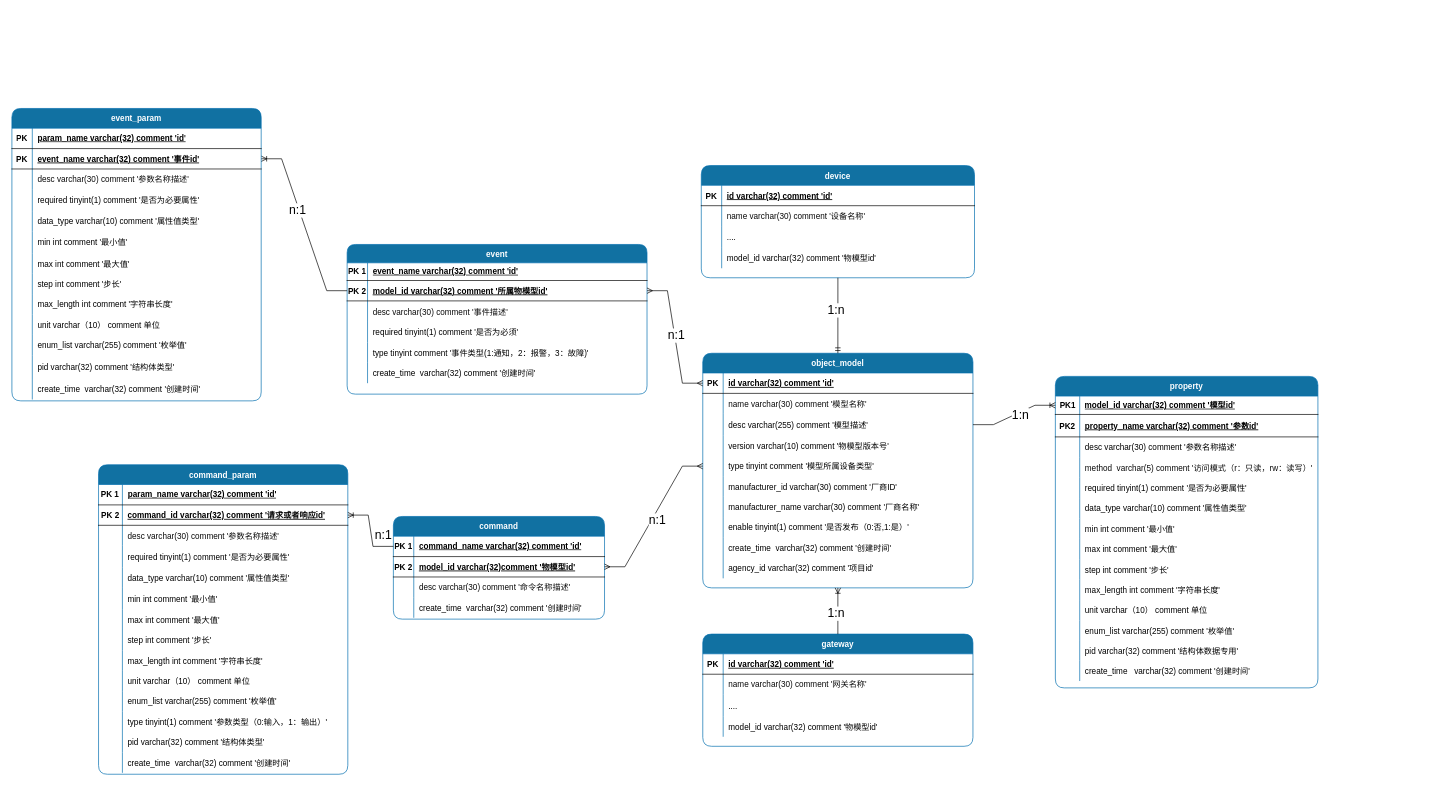
Earlier version of the draw.io diagram page "第 3 页" (3 of 3) of 物模型.drawio (viking-wj/software). Source tidied: cells renumbered, new cells numbered last; positions are measured from the earlier drawing's top-left corner, leaving out a move shared by most shapes. Both pictures are drawn from the tidied source at 68%, with x=0, y=0 at pixel (12, 108).
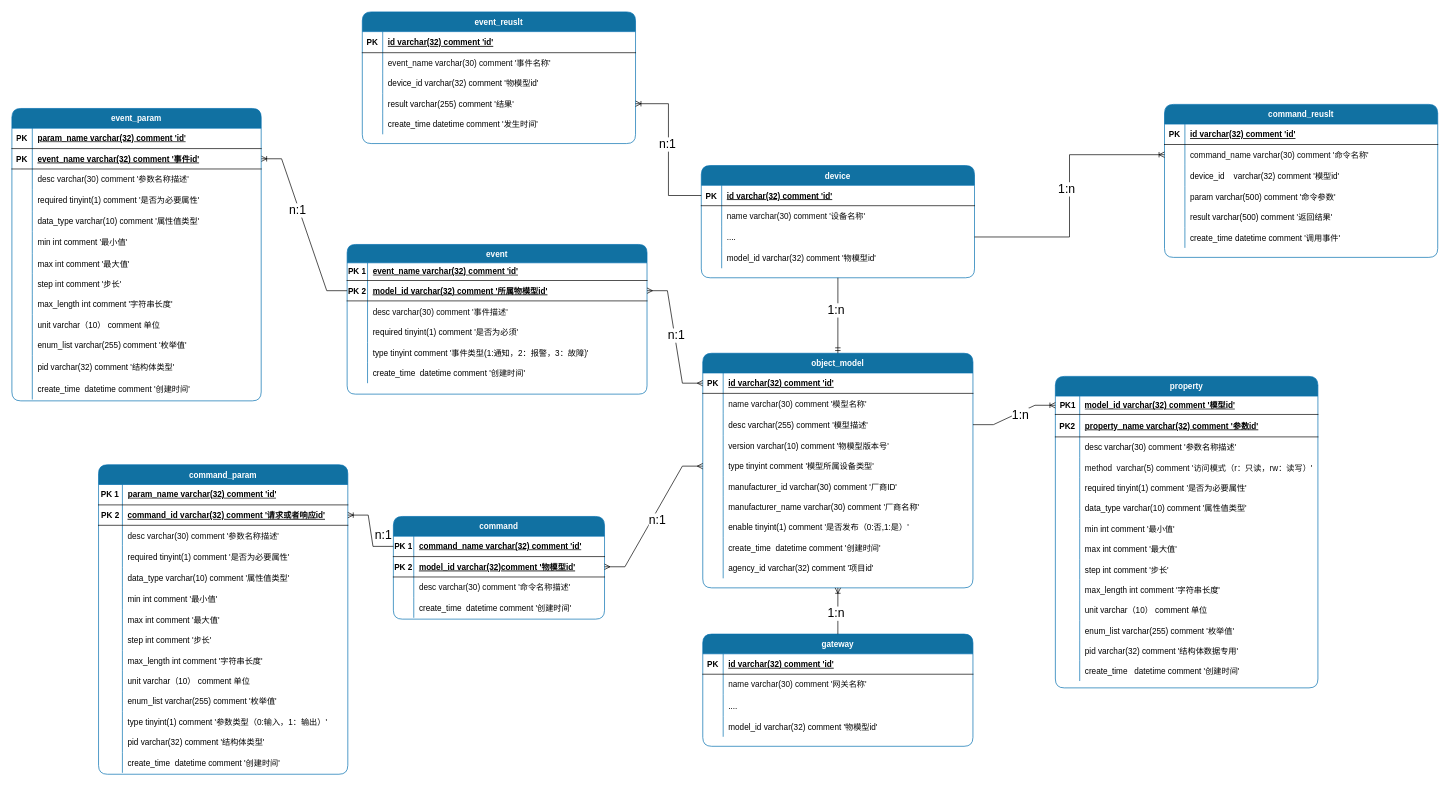
The same page after the edit.

Commit message:
更新物模型.drawio

The change refers to these unchanged cells:
```xml
<mxCell id="12" style="shape=tableRow;horizontal=0;startSize=0;swimlaneHead=0;swimlaneBody=0;fillColor=none;top=0;left=0;right=0;bottom=0;" parent="2" vertex="1">
  <mxGeometry y="119" width="310.5" height="30" as="geometry" />
</mxCell>
<mxCell id="55" style="shape=tableRow;horizontal=0;startSize=0;swimlaneHead=0;swimlaneBody=0;fillColor=none;top=0;left=0;right=0;bottom=0;" parent="15" vertex="1">
  <mxGeometry y="423" width="366.6" height="30" as="geometry" />
</mxCell>
<mxCell id="74" style="shape=tableRow;horizontal=0;startSize=0;swimlaneHead=0;swimlaneBody=0;fillColor=none;top=0;left=0;right=0;bottom=0;" parent="58" vertex="1">
  <mxGeometry y="174" width="441" height="30" as="geometry" />
</mxCell>
<mxCell id="102" style="shape=tableRow;horizontal=0;startSize=0;swimlaneHead=0;swimlaneBody=0;fillColor=none;top=0;left=0;right=0;bottom=0;" parent="77" vertex="1">
  <mxGeometry y="271" width="397.3" height="30" as="geometry" />
</mxCell>
<mxCell id="116" style="shape=tableRow;horizontal=0;startSize=0;swimlaneHead=0;swimlaneBody=0;fillColor=none;points=[[0,0.5],[1,0.5]];portConstraint=eastwest;top=0;left=0;right=0;bottom=1;labelBackgroundColor=none;" parent="115" vertex="1">
  <mxGeometry y="29" width="401.8" height="30" as="geometry" />
</mxCell>
<mxCell id="122" style="shape=tableRow;horizontal=0;startSize=0;swimlaneHead=0;swimlaneBody=0;fillColor=none;points=[[0,0.5],[1,0.5]];portConstraint=eastwest;top=0;left=0;right=0;bottom=0;labelBackgroundColor=none;" parent="115" vertex="1">
  <mxGeometry y="89" width="401.8" height="32" as="geometry" />
</mxCell>
<mxCell id="186" style="shape=tableRow;horizontal=0;startSize=0;swimlaneHead=0;swimlaneBody=0;fillColor=none;top=0;left=0;right=0;bottom=0;" parent="146" vertex="1">
  <mxGeometry y="418" width="386.1" height="30" as="geometry" />
</mxCell>
<mxCell id="232" style="shape=tableRow;horizontal=0;startSize=0;swimlaneHead=0;swimlaneBody=0;fillColor=none;top=0;left=0;right=0;bottom=0;" parent="195" vertex="1">
  <mxGeometry y="398" width="366.6" height="30" as="geometry" />
</mxCell>
```

What changed in the source:
```diff
@@
-    <mxCell id="14" value="create_time  varchar(32) comment '创建时间'" style="shape=partialRectangle;fillColor=none;top=0;left=0;bottom=0;right=0;align=left;spacingLeft=6;overflow=hidden;" parent="12" vertex="1">
+    <mxCell id="14" value="create_time  datetime comment '创建时间'" style="shape=partialRectangle;fillColor=none;top=0;left=0;bottom=0;right=0;align=left;spacingLeft=6;overflow=hidden;" parent="12" vertex="1">
       <mxGeometry x="30" width="280.5" height="30" as="geometry" />
     </mxCell>
@@
-    <mxCell id="57" value="create_time  varchar(32) comment '创建时间'" style="shape=partialRectangle;fillColor=none;top=0;left=0;bottom=0;right=0;align=left;spacingLeft=6;overflow=hidden;" parent="55" vertex="1">
+    <mxCell id="57" value="create_time  datetime comment '创建时间'" style="shape=partialRectangle;fillColor=none;top=0;left=0;bottom=0;right=0;align=left;spacingLeft=6;overflow=hidden;" parent="55" vertex="1">
       <mxGeometry x="35.1" width="331.5" height="30" as="geometry" />
     </mxCell>
@@
-    <mxCell id="76" value="create_time  varchar(32) comment '创建时间'" style="shape=partialRectangle;fillColor=none;top=0;left=0;bottom=0;right=0;align=left;spacingLeft=6;overflow=hidden;" parent="74" vertex="1">
+    <mxCell id="76" value="create_time  datetime comment '创建时间'" style="shape=partialRectangle;fillColor=none;top=0;left=0;bottom=0;right=0;align=left;spacingLeft=6;overflow=hidden;" parent="74" vertex="1">
       <mxGeometry x="30" width="411" height="30" as="geometry" />
     </mxCell>
@@
-    <mxCell id="104" value="create_time  varchar(32) comment '创建时间'" style="shape=partialRectangle;fillColor=none;top=0;left=0;bottom=0;right=0;align=left;spacingLeft=6;overflow=hidden;" parent="102" vertex="1">
+    <mxCell id="104" value="create_time  datetime comment '创建时间'" style="shape=partialRectangle;fillColor=none;top=0;left=0;bottom=0;right=0;align=left;spacingLeft=6;overflow=hidden;" parent="102" vertex="1">
       <mxGeometry x="30" width="367.3" height="30" as="geometry" />
     </mxCell>
@@
-    <mxCell id="188" value="create_time   varchar(32) comment '创建时间'" style="shape=partialRectangle;fillColor=none;top=0;left=0;bottom=0;right=0;align=left;spacingLeft=6;overflow=hidden;" parent="186" vertex="1">
+    <mxCell id="188" value="create_time   datetime comment '创建时间'" style="shape=partialRectangle;fillColor=none;top=0;left=0;bottom=0;right=0;align=left;spacingLeft=6;overflow=hidden;" parent="186" vertex="1">
       <mxGeometry x="35.8" width="350.3" height="30" as="geometry" />
     </mxCell>
@@
-    <mxCell id="193" style="shape=tableRow;horizontal=0;startSize=0;swimlaneHead=0;swimlaneBody=0;fillColor=none;top=0;left=0;right=0;bottom=0;" parent="1" vertex="1">
-      <mxGeometry x="1554" y="978" width="366.6" height="30" as="geometry" />
-    </mxCell>
-    <mxCell id="194" style="shape=partialRectangle;fillColor=none;top=0;left=0;bottom=0;right=0;overflow=hidden;" parent="193" vertex="1">
-      <mxGeometry width="30" height="30" as="geometry" />
-    </mxCell>
@@
-    <mxCell id="234" value="create_time  varchar(32) comment '创建时间'" style="shape=partialRectangle;fillColor=none;top=0;left=0;bottom=0;right=0;align=left;spacingLeft=6;overflow=hidden;" parent="232" vertex="1">
+    <mxCell id="234" value="create_time  datetime comment '创建时间'" style="shape=partialRectangle;fillColor=none;top=0;left=0;bottom=0;right=0;align=left;spacingLeft=6;overflow=hidden;" parent="232" vertex="1">
       <mxGeometry x="30" width="336.6" height="30" as="geometry" />
     </mxCell>
+    <mxCell id="235" value="event_reuslt" style="shape=table;startSize=29;childLayout=tableLayout;rowLines=0;fontStyle=1;align=center;labelBackgroundColor=none;fillColor=#1171a2;strokeColor=#006EAF;fontColor=#ffffff;rounded=1;swimlaneFillColor=none;" parent="1" vertex="1">
+      <mxGeometry x="515.3" y="-142" width="401.8" height="193.6" as="geometry" />
+    </mxCell>
+    <mxCell id="236" style="shape=tableRow;horizontal=0;startSize=0;swimlaneHead=0;swimlaneBody=0;fillColor=none;top=0;left=0;right=0;bottom=1;labelBackgroundColor=none;" parent="235" vertex="1">
+      <mxGeometry y="29" width="401.8" height="31" as="geometry" />
+    </mxCell>
+    <mxCell id="237" value="PK" style="shape=partialRectangle;fillColor=none;top=0;left=0;bottom=0;right=0;fontStyle=1;overflow=hidden;labelBackgroundColor=none;" parent="236" vertex="1">
+      <mxGeometry width="30" height="31" as="geometry" />
+    </mxCell>
+    <mxCell id="238" value="id varchar(32) comment 'id'" style="shape=partialRectangle;fillColor=none;top=0;left=0;bottom=0;right=0;align=left;spacingLeft=6;fontStyle=5;overflow=hidden;labelBackgroundColor=none;" parent="236" vertex="1">
+      <mxGeometry x="30" width="371.8" height="31" as="geometry" />
+    </mxCell>
+    <mxCell id="239" style="shape=tableRow;horizontal=0;startSize=0;swimlaneHead=0;swimlaneBody=0;fillColor=none;top=0;left=0;right=0;bottom=0;labelBorderColor=none;fontColor=#0a0a0a;" parent="235" vertex="1">
+      <mxGeometry y="60" width="401.8" height="30" as="geometry" />
+    </mxCell>
+    <mxCell id="240" style="shape=partialRectangle;fillColor=none;top=0;left=0;bottom=0;right=0;overflow=hidden;labelBorderColor=none;fontColor=#0a0a0a;" parent="239" vertex="1">
+      <mxGeometry width="30" height="30" as="geometry" />
+    </mxCell>
+    <mxCell id="241" value="event_name varchar(30) comment '事件名称'" style="shape=partialRectangle;fillColor=none;top=0;left=0;bottom=0;right=0;align=left;spacingLeft=6;overflow=hidden;labelBorderColor=none;fontColor=#0a0a0a;" parent="239" vertex="1">
+      <mxGeometry x="30" width="371.8" height="30" as="geometry" />
+    </mxCell>
+    <mxCell id="242" style="shape=tableRow;horizontal=0;startSize=0;swimlaneHead=0;swimlaneBody=0;fillColor=none;top=0;left=0;right=0;bottom=0;" parent="235" vertex="1">
+      <mxGeometry y="90" width="401.8" height="30" as="geometry" />
+    </mxCell>
+    <mxCell id="243" style="shape=partialRectangle;fillColor=none;top=0;left=0;bottom=0;right=0;overflow=hidden;" parent="242" vertex="1">
+      <mxGeometry width="30" height="30" as="geometry" />
+    </mxCell>
+    <mxCell id="244" value="device_id varchar(32) comment '物模型id'" style="shape=partialRectangle;fillColor=none;top=0;left=0;bottom=0;right=0;align=left;spacingLeft=6;overflow=hidden;" parent="242" vertex="1">
+      <mxGeometry x="30" width="371.8" height="30" as="geometry" />
+    </mxCell>
+    <mxCell id="245" style="shape=tableRow;horizontal=0;startSize=0;swimlaneHead=0;swimlaneBody=0;fillColor=none;points=[[0,0.5],[1,0.5]];portConstraint=eastwest;top=0;left=0;right=0;bottom=0;" parent="235" vertex="1">
+      <mxGeometry y="120" width="401.8" height="30" as="geometry" />
+    </mxCell>
+    <mxCell id="246" style="shape=partialRectangle;fillColor=none;top=0;left=0;bottom=0;right=0;overflow=hidden;" parent="245" vertex="1">
+      <mxGeometry width="30" height="30" as="geometry" />
+    </mxCell>
+    <mxCell id="247" value="result varchar(255) comment '结果'" style="shape=partialRectangle;fillColor=none;top=0;left=0;bottom=0;right=0;align=left;spacingLeft=6;overflow=hidden;" parent="245" vertex="1">
+      <mxGeometry x="30" width="371.8" height="30" as="geometry" />
+    </mxCell>
+    <mxCell id="248" style="shape=tableRow;horizontal=0;startSize=0;swimlaneHead=0;swimlaneBody=0;fillColor=none;top=0;left=0;right=0;bottom=0;" parent="235" vertex="1">
+      <mxGeometry y="150" width="401.8" height="30" as="geometry" />
+    </mxCell>
+    <mxCell id="249" style="shape=partialRectangle;fillColor=none;top=0;left=0;bottom=0;right=0;overflow=hidden;" parent="248" vertex="1">
+      <mxGeometry width="30" height="30" as="geometry" />
+    </mxCell>
+    <mxCell id="250" value="create_time datetime comment '发生时间'" style="shape=partialRectangle;fillColor=none;top=0;left=0;bottom=0;right=0;align=left;spacingLeft=6;overflow=hidden;" parent="248" vertex="1">
+      <mxGeometry x="30" width="371.8" height="30" as="geometry" />
+    </mxCell>
+    <mxCell id="251" value="command_reuslt" style="shape=table;startSize=29;childLayout=tableLayout;rowLines=0;fontStyle=1;align=center;labelBackgroundColor=none;fillColor=#1171a2;strokeColor=#006EAF;fontColor=#ffffff;rounded=1;swimlaneFillColor=none;" parent="1" vertex="1">
+      <mxGeometry x="1695" y="-6" width="401.8" height="225" as="geometry" />
+    </mxCell>
+    <mxCell id="252" style="shape=tableRow;horizontal=0;startSize=0;swimlaneHead=0;swimlaneBody=0;fillColor=none;top=0;left=0;right=0;bottom=1;labelBackgroundColor=none;" parent="251" vertex="1">
+      <mxGeometry y="29" width="401.8" height="30" as="geometry" />
+    </mxCell>
+    <mxCell id="253" value="PK" style="shape=partialRectangle;fillColor=none;top=0;left=0;bottom=0;right=0;fontStyle=1;overflow=hidden;labelBackgroundColor=none;" parent="252" vertex="1">
+      <mxGeometry width="30" height="30" as="geometry" />
+    </mxCell>
+    <mxCell id="254" value="id varchar(32) comment 'id'" style="shape=partialRectangle;fillColor=none;top=0;left=0;bottom=0;right=0;align=left;spacingLeft=6;fontStyle=5;overflow=hidden;labelBackgroundColor=none;" parent="252" vertex="1">
+      <mxGeometry x="30" width="371.8" height="30" as="geometry" />
+    </mxCell>
+    <mxCell id="255" style="shape=tableRow;horizontal=0;startSize=0;swimlaneHead=0;swimlaneBody=0;fillColor=none;points=[[0,0.5],[1,0.5]];portConstraint=eastwest;top=0;left=0;right=0;bottom=0;labelBorderColor=none;fontColor=#0a0a0a;" parent="251" vertex="1">
+      <mxGeometry y="59" width="401.8" height="30" as="geometry" />
+    </mxCell>
+    <mxCell id="256" style="shape=partialRectangle;fillColor=none;top=0;left=0;bottom=0;right=0;overflow=hidden;labelBorderColor=none;fontColor=#0a0a0a;" parent="255" vertex="1">
+      <mxGeometry width="30" height="30" as="geometry" />
+    </mxCell>
+    <mxCell id="257" value="command_name varchar(30) comment '命令名称'" style="shape=partialRectangle;fillColor=none;top=0;left=0;bottom=0;right=0;align=left;spacingLeft=6;overflow=hidden;labelBorderColor=none;fontColor=#0a0a0a;" parent="255" vertex="1">
+      <mxGeometry x="30" width="371.8" height="30" as="geometry" />
+    </mxCell>
+    <mxCell id="258" style="shape=tableRow;horizontal=0;startSize=0;swimlaneHead=0;swimlaneBody=0;fillColor=none;top=0;left=0;right=0;bottom=0;labelBackgroundColor=none;" parent="251" vertex="1">
+      <mxGeometry y="89" width="401.8" height="32" as="geometry" />
+    </mxCell>
+    <mxCell id="259" style="shape=partialRectangle;fillColor=none;top=0;left=0;bottom=0;right=0;overflow=hidden;labelBackgroundColor=none;" parent="258" vertex="1">
+      <mxGeometry width="30" height="32" as="geometry" />
+    </mxCell>
+    <mxCell id="260" value="device_id    varchar(32) comment '模型id'" style="shape=partialRectangle;fillColor=none;top=0;left=0;bottom=0;right=0;align=left;spacingLeft=6;overflow=hidden;labelBackgroundColor=none;" parent="258" vertex="1">
+      <mxGeometry x="30" width="371.8" height="32" as="geometry" />
+    </mxCell>
+    <mxCell id="261" style="shape=tableRow;horizontal=0;startSize=0;swimlaneHead=0;swimlaneBody=0;fillColor=none;top=0;left=0;right=0;bottom=0;" parent="251" vertex="1">
+      <mxGeometry y="121" width="401.8" height="30" as="geometry" />
+    </mxCell>
+    <mxCell id="262" style="shape=partialRectangle;fillColor=none;top=0;left=0;bottom=0;right=0;overflow=hidden;" parent="261" vertex="1">
+      <mxGeometry width="30" height="30" as="geometry" />
+    </mxCell>
+    <mxCell id="263" value="param varchar(500) comment '命令参数'" style="shape=partialRectangle;fillColor=none;top=0;left=0;bottom=0;right=0;align=left;spacingLeft=6;overflow=hidden;" parent="261" vertex="1">
+      <mxGeometry x="30" width="371.8" height="30" as="geometry" />
+    </mxCell>
+    <mxCell id="264" style="shape=tableRow;horizontal=0;startSize=0;swimlaneHead=0;swimlaneBody=0;fillColor=none;top=0;left=0;right=0;bottom=0;" parent="251" vertex="1">
+      <mxGeometry y="151" width="401.8" height="30" as="geometry" />
+    </mxCell>
+    <mxCell id="265" style="shape=partialRectangle;fillColor=none;top=0;left=0;bottom=0;right=0;overflow=hidden;" parent="264" vertex="1">
+      <mxGeometry width="30" height="30" as="geometry" />
+    </mxCell>
+    <mxCell id="266" value="result varchar(500) comment '返回结果'" style="shape=partialRectangle;fillColor=none;top=0;left=0;bottom=0;right=0;align=left;spacingLeft=6;overflow=hidden;" parent="264" vertex="1">
+      <mxGeometry x="30" width="371.8" height="30" as="geometry" />
+    </mxCell>
+    <mxCell id="267" style="shape=tableRow;horizontal=0;startSize=0;swimlaneHead=0;swimlaneBody=0;fillColor=none;top=0;left=0;right=0;bottom=0;" parent="251" vertex="1">
+      <mxGeometry y="181" width="401.8" height="30" as="geometry" />
+    </mxCell>
+    <mxCell id="268" style="shape=partialRectangle;fillColor=none;top=0;left=0;bottom=0;right=0;overflow=hidden;" parent="267" vertex="1">
+      <mxGeometry width="30" height="30" as="geometry" />
+    </mxCell>
+    <mxCell id="269" value="create_time datetime comment '调用事件'" style="shape=partialRectangle;fillColor=none;top=0;left=0;bottom=0;right=0;align=left;spacingLeft=6;overflow=hidden;" parent="267" vertex="1">
+      <mxGeometry x="30" width="371.8" height="30" as="geometry" />
+    </mxCell>
+    <mxCell id="270" style="fontSize=12;html=1;endArrow=ERoneToMany;rounded=0;entryX=0;entryY=0.5;entryDx=0;entryDy=0;exitX=1;exitY=0.5;exitDx=0;exitDy=0;edgeStyle=orthogonalEdgeStyle;" parent="1" edge="1" source="122" target="255">
+      <mxGeometry relative="1" as="geometry" />
+    </mxCell>
+    <mxCell id="271" style="fontSize=12;html=1;endArrow=ERoneToMany;rounded=0;exitX=0;exitY=0.5;exitDx=0;exitDy=0;entryX=1;entryY=0.5;entryDx=0;entryDy=0;edgeStyle=orthogonalEdgeStyle;" parent="1" edge="1" source="116" target="245">
+      <mxGeometry relative="1" as="geometry" />
+    </mxCell>
+    <mxCell id="272" value="n:1" style="edgeLabel;html=1;align=center;verticalAlign=middle;fontSize=18;" parent="271" vertex="1">
+      <mxGeometry x="0.07" y="2" relative="1" as="geometry" />
+    </mxCell>
+    <mxCell id="273" value="1:n" style="edgeLabel;html=1;align=center;verticalAlign=middle;fontSize=18;" parent="1" vertex="1">
+      <mxGeometry x="1569" y="-126" as="geometry">
+        <mxPoint x="-19" y="244" as="offset" />
+      </mxGeometry>
+    </mxCell>
```
